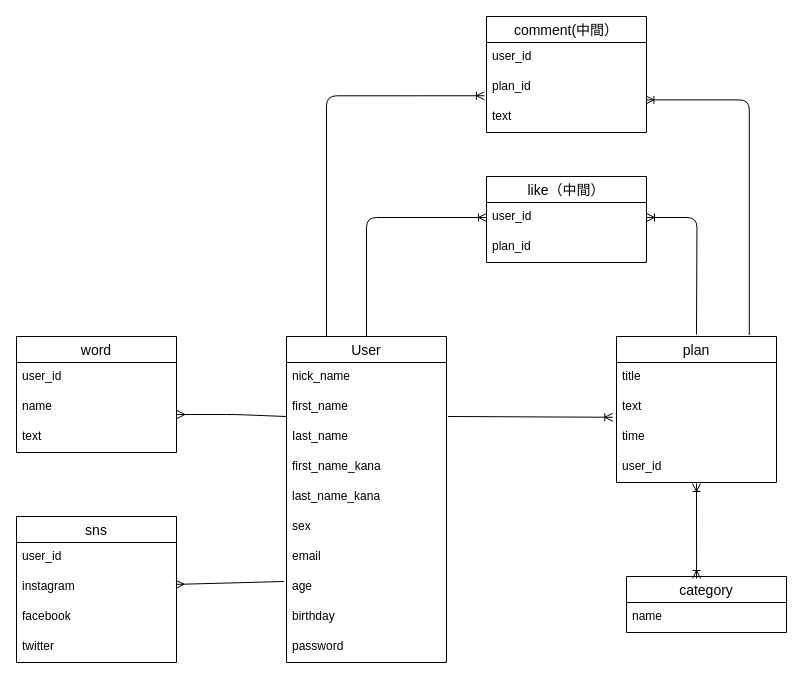
Above: er.dio in uuutako/make_my_life (draw.io), before the change. Source tidied: cells renumbered, new cells numbered last; positions are measured from the earlier drawing's top-left corner, leaving out a move shared by most shapes. Both pictures are drawn from the tidied source at 100%, with x=0, y=0 at pixel (16, 16).
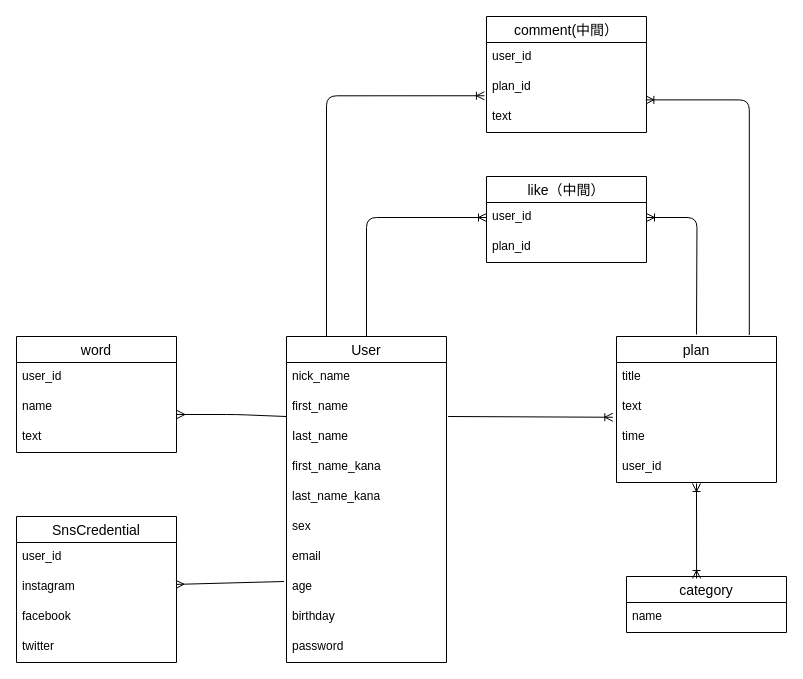
The same diagram, later.

What changed in the source:
```diff
@@
-    <mxCell id="38" value="sns" style="swimlane;fontStyle=0;horizontal=1;startSize=26;align=center;fontSize=14;" parent="1" vertex="1">
+    <mxCell id="38" value="SnsCredential" style="swimlane;fontStyle=0;horizontal=1;startSize=26;align=center;fontSize=14;" parent="1" vertex="1">
       <mxGeometry y="500" width="160" height="146" as="geometry" />
     </mxCell>
```
